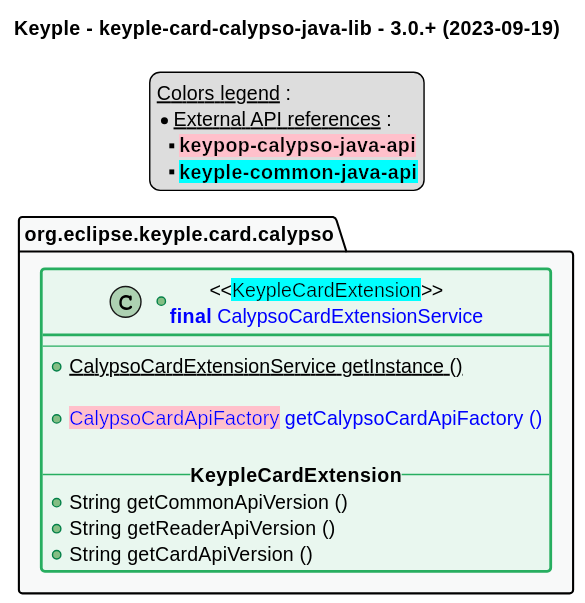
Before: src/main/uml/api_class_diagram.svg, a diagram exported from PlantUML (eclipse-keyple/keyple-card-calypso-java-lib).
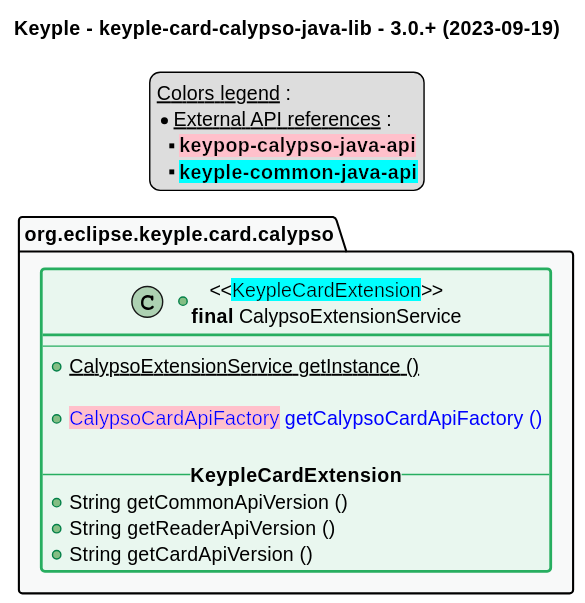
Above is the later version.

Commit message:
docs: rename CalypsoCardExtensionService to CalypsoExtensionService

Change to the diagram source:
```diff
@@ -48,9 +48,9 @@
 end legend
 
 package "org.eclipse.keyple.card.calypso" as calypso {
-    +class "<<<back:cyan>KeypleCardExtension</back>>>\n<color:blue>**final** CalypsoCardExtensionService" as CalypsoCardExtensionService <<green>> {
+    +class "<<<back:cyan>KeypleCardExtension</back>>>\n**final** CalypsoExtensionService" as CalypsoExtensionService <<green>> {
         --
-        +{static} CalypsoCardExtensionService getInstance ()
+        +{static} CalypsoExtensionService getInstance ()
 
         +<color:blue><back:pink>CalypsoCardApiFactory</back> getCalypsoCardApiFactory ()
 
```
